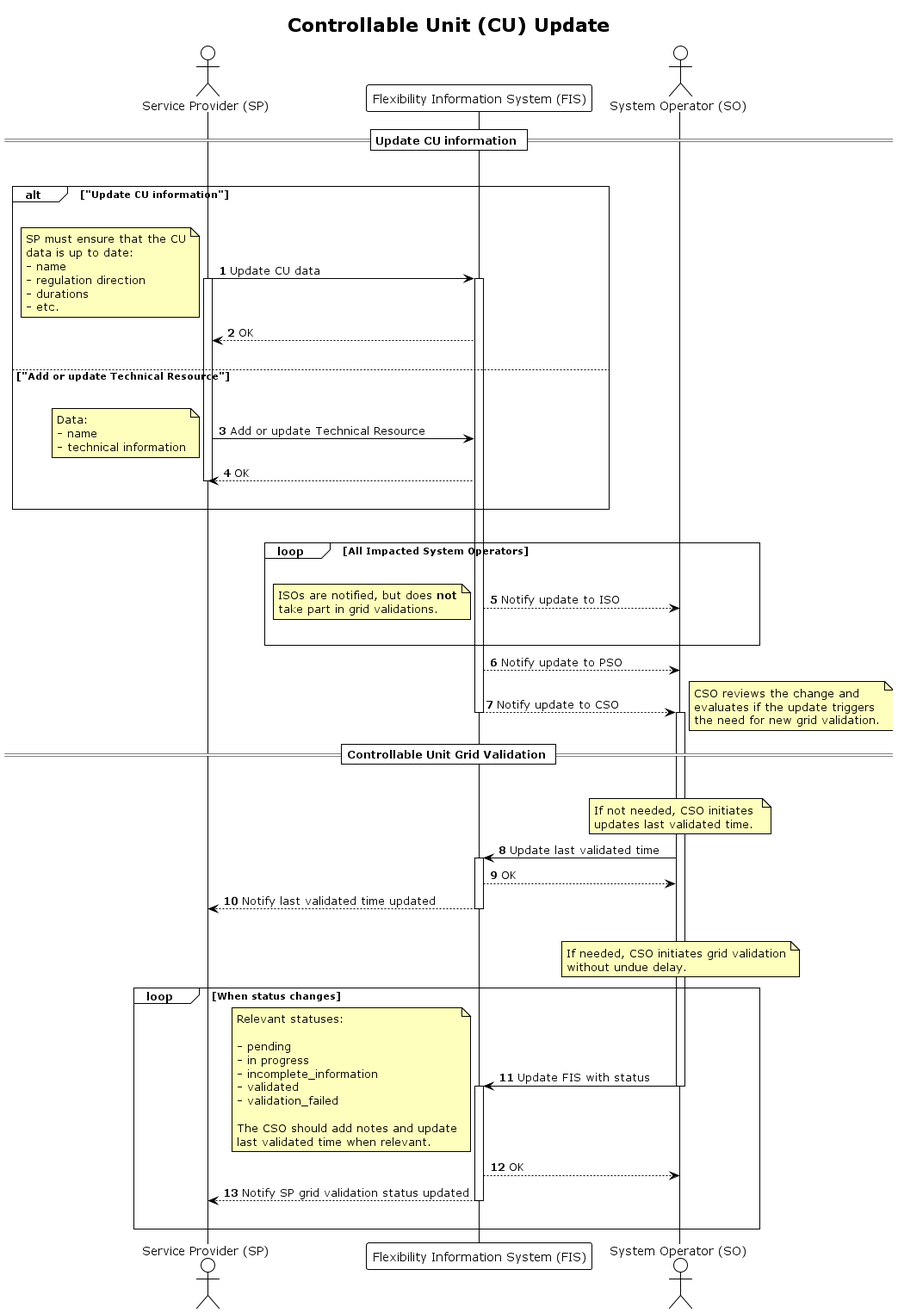
This is docs/diagrams/controllable_unit_update.png from elhub/flex-information-system, a PlantUML export, as it was before one commit.
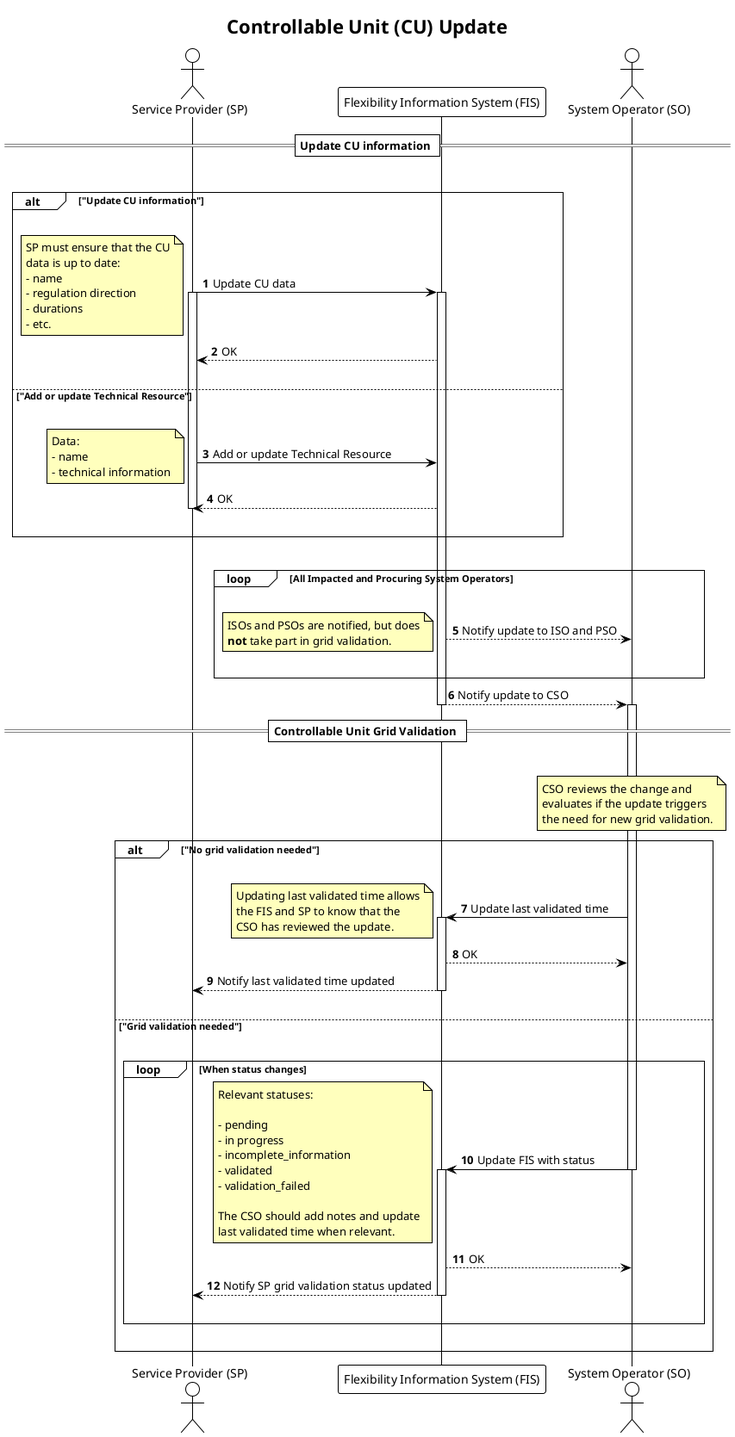
The same diagram one commit later.

Commit message:
fix: add alt and merge notifies of ISO/PSO (FLEX-658)

The edit, as a diff of the source:
```diff
@@ -46,16 +46,15 @@
 end
     |||
 
-loop All Impacted System Operators
+loop All Impacted and Procuring System Operators
     |||
-    FIS --> SO: Notify update to ISO
+    FIS --> SO: Notify update to ISO and PSO
     note left
-        ISOs are notified, but does <b>not</b>
-        take part in grid validations.
+        ISOs and PSOs are notified, but does
+        <b>not</b> take part in grid validation.
     end note
     |||
 end
-FIS --> SO: Notify update to PSO
 FIS --> SO: Notify update to CSO
 deactivate FIS
 
@@ -63,50 +62,49 @@
 
 activate SO
     |||
-note right
+note over SO
     CSO reviews the change and
     evaluates if the update triggers
     the need for new grid validation.
 end note
 
-note over SO
-    If not needed, CSO initiates
-    updates last validated time.
-end note
-
-SO -> FIS: Update last validated time
-activate FIS
-FIS --> SO: OK
-FIS --> SP: Notify last validated time updated
-deactivate FIS
-|||
-
-note over SO
-    If needed, CSO initiates grid validation
-    without undue delay.
-end note
-
-loop When status changes
-    SO -> FIS: Update FIS with status
-    deactivate SO
+alt "No grid validation needed"
+    |||
+    SO -> FIS: Update last validated time
     note left
-        Relevant statuses:
-
-        - pending
-        - in progress
-        - incomplete_information
-        - validated
-        - validation_failed
-
-        The CSO should add notes and update
-        last validated time when relevant.
+        Updating last validated time allows
+        the FIS and SP to know that the
+        CSO has reviewed the update.
     end note
     activate FIS
     FIS --> SO: OK
-    FIS --> SP: Notify SP grid validation status updated
+    FIS --> SP: Notify last validated time updated
     deactivate FIS
+    |||
+else "Grid validation needed"
+    |||
+    loop When status changes
+        SO -> FIS: Update FIS with status
+        deactivate SO
+        note left
+            Relevant statuses:
+
+            - pending
+            - in progress
+            - incomplete_information
+            - validated
+            - validation_failed
+
+            The CSO should add notes and update
+            last validated time when relevant.
+        end note
+        activate FIS
+        FIS --> SO: OK
+        FIS --> SP: Notify SP grid validation status updated
+        deactivate FIS
+        |||
+    end
     |||
 end
 
-
 @enduml
```
